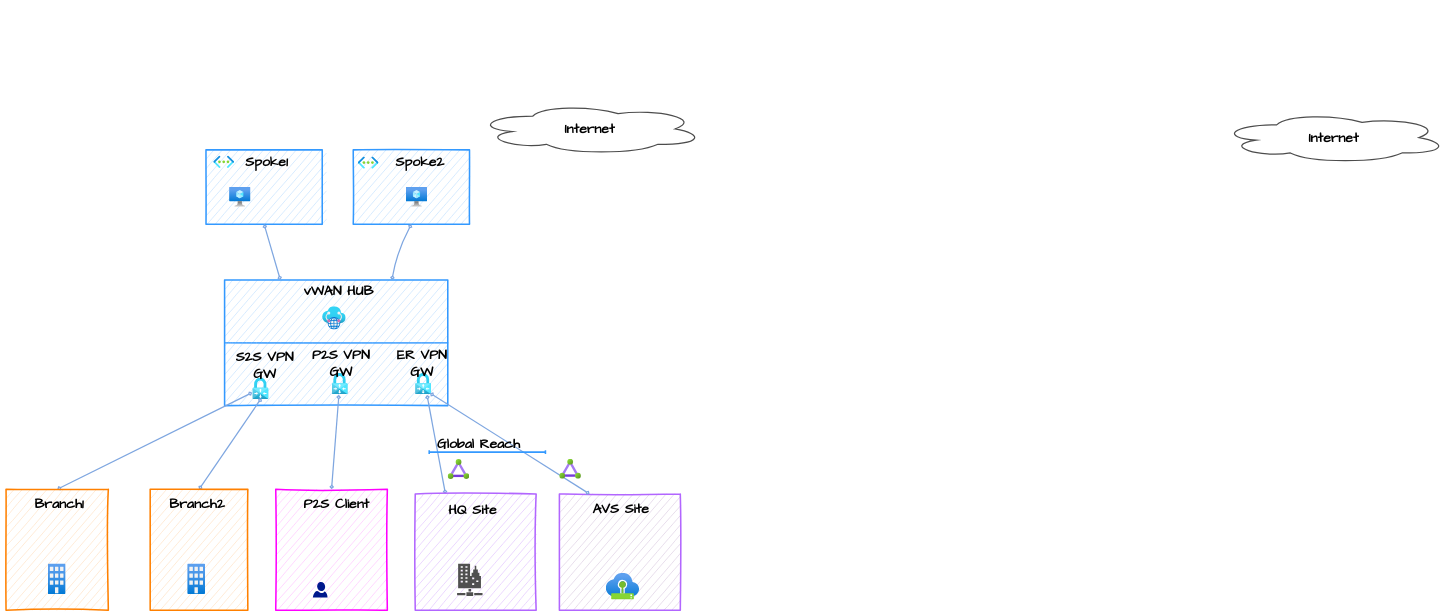
Before: page "vWAN" (1 of 2) of diagrams/vwan.drawio in nehalineogi/azure-networking, a draw.io diagram. Source tidied: cells renumbered, new cells numbered last; positions are measured from the earlier drawing's top-left corner, leaving out a move shared by most shapes. Both pictures are drawn from the tidied source at 31%, with x=0, y=0 at pixel (6, 103).
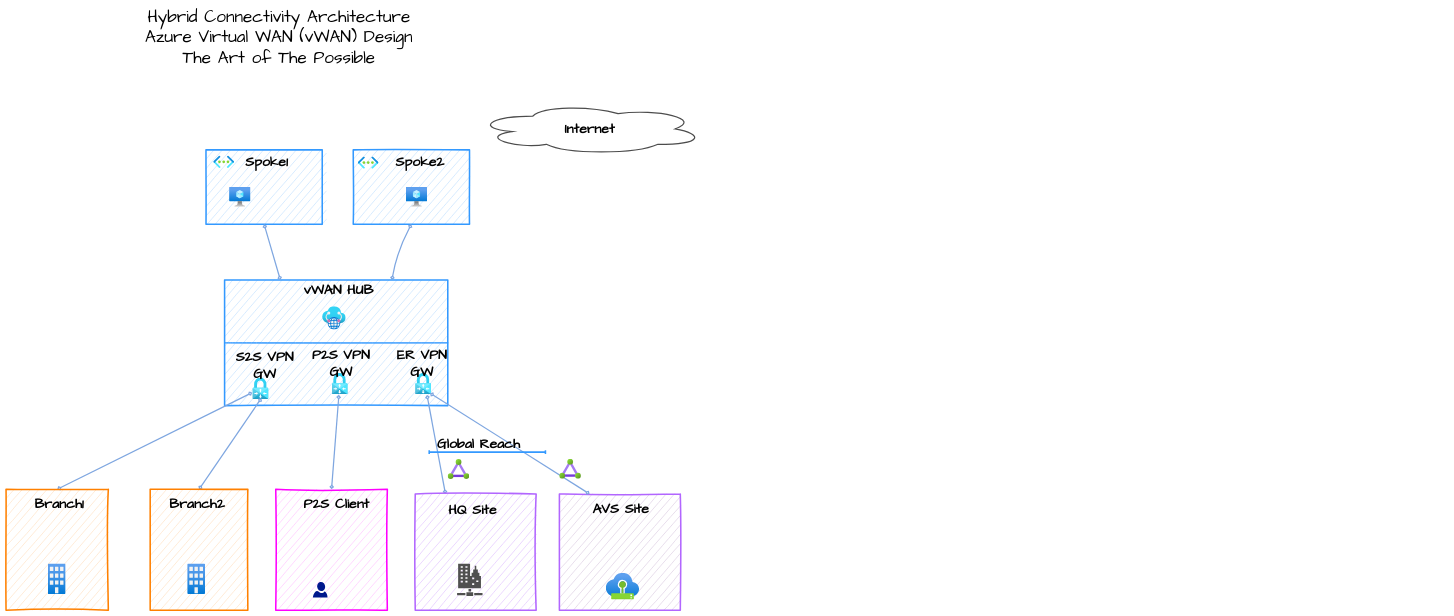
Above is the later version.

What changed in the source:
```diff
@@
-    <mxCell id="23" value="&lt;font style=&quot;font-size: 45px;&quot;&gt;&lt;span style=&quot;font-size: 45px;&quot;&gt;Internet&lt;/span&gt;&lt;/font&gt;" style="ellipse;shape=cloud;whiteSpace=wrap;html=1;rounded=0;glass=0;labelBackgroundColor=default;sketch=0;fillStyle=auto;strokeColor=#000000;strokeWidth=4;fontFamily=Comic Sans MS;fontSize=45;fontColor=#000000;fillColor=none;gradientColor=none;opacity=70;fontStyle=1;" parent="2" vertex="1">
-      <mxGeometry x="3915" y="28" width="735" height="165" as="geometry" />
-    </mxCell>
+    <mxCell id="52" value="&lt;font style=&quot;font-size: 55px; font-weight: normal;&quot;&gt;Hybrid Connectivity Architecture&lt;br style=&quot;font-size: 55px;&quot;&gt;Azure Virtual WAN (vWAN) Design&lt;br style=&quot;font-size: 55px;&quot;&gt;The Art of The Possible&lt;br style=&quot;font-size: 55px;&quot;&gt;&lt;/font&gt;" style="text;strokeColor=none;fillColor=none;html=1;fontSize=55;fontStyle=1;verticalAlign=middle;align=center;labelBorderColor=none;sketch=1;fillStyle=solid;fontFamily=Comic Sans MS;fontColor=#000000;" parent="2" vertex="1">
+      <mxGeometry x="15" y="-285" width="1729" height="143" as="geometry" />
+    </mxCell>
```
